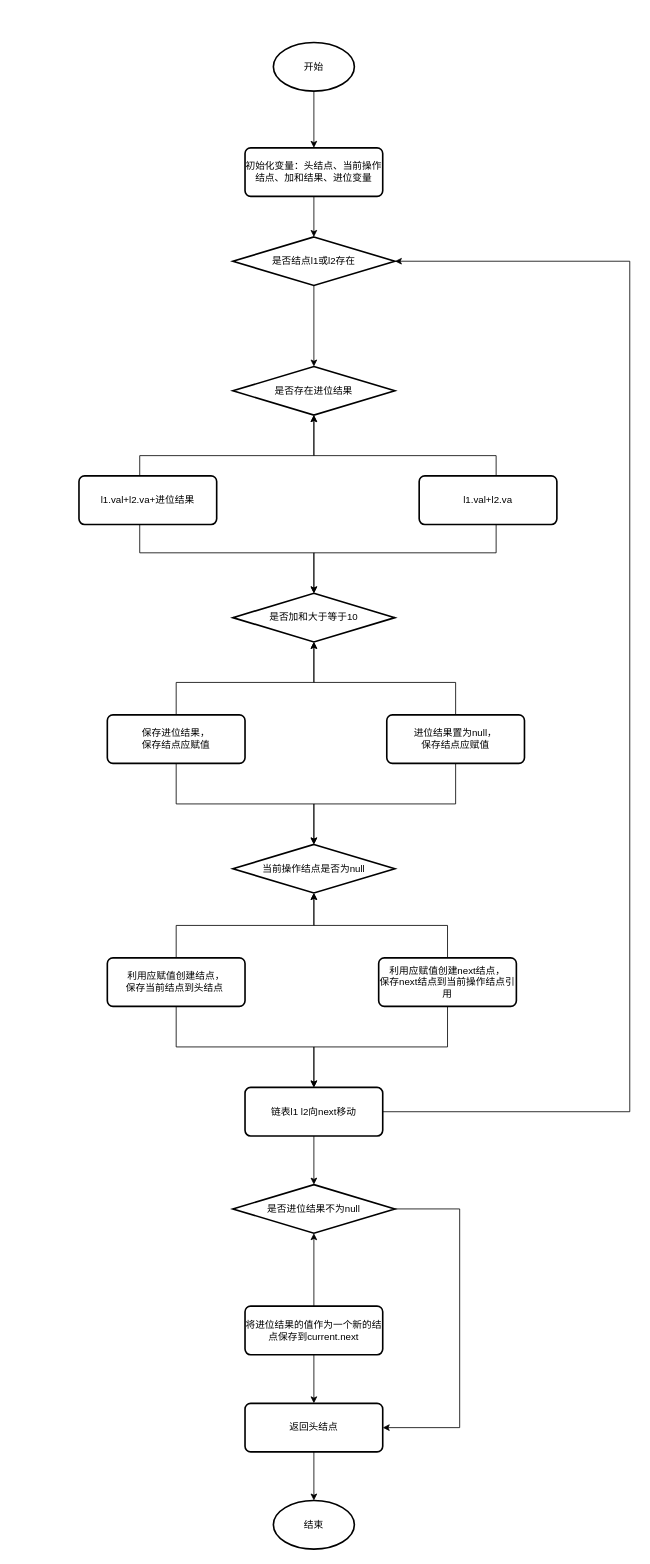
Above: practice.drawio in zcbm009/test (draw.io), before the change. Source tidied: cells renumbered, new cells numbered last; positions are measured from the earlier drawing's top-left corner, leaving out a move shared by most shapes. Both pictures are drawn from the tidied source at 81%, with x=0, y=0 at pixel (79, 42).
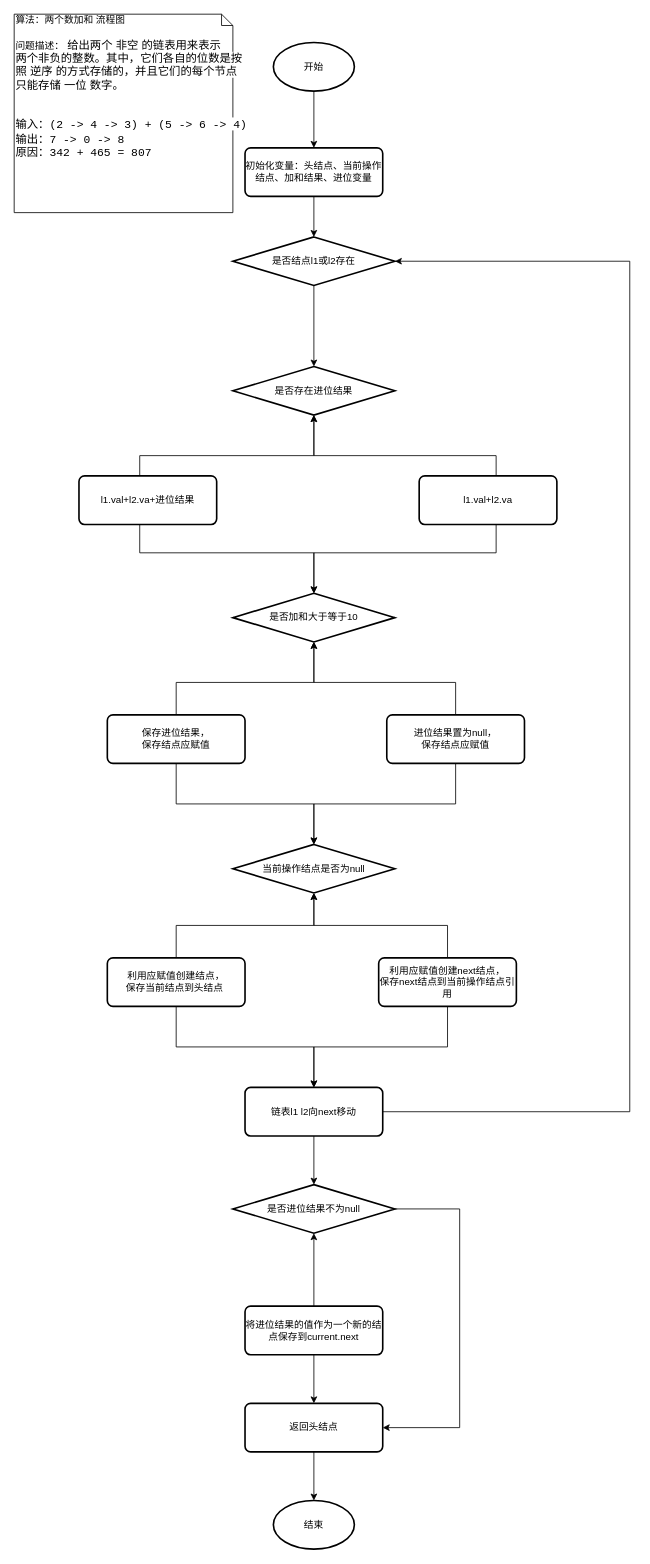
The same diagram, later.

The edit, as a diff of the source:
```diff
@@
+    <mxCell id="40" value="算法：两个数加和 流程图&lt;br&gt;&lt;br&gt;问题描述：&lt;font style=&quot;font-size: 14px&quot;&gt;&amp;nbsp;&lt;span style=&quot;font-family: &amp;#34;arial&amp;#34; ; background-color: rgb(255 , 255 , 255)&quot;&gt;给出两个 非空 的链表用来表示&lt;br&gt;两个非负的整数。其中，它们各自的位数是按照 逆序 的方式存储的，并且它们的每个节点只能存储 一位 数字。&lt;br&gt;&lt;br&gt;&lt;/span&gt;&lt;pre style=&quot;font-family: &amp;#34;arial&amp;#34;&quot;&gt;&lt;span style=&quot;background-color: rgb(255 , 255 , 255)&quot;&gt;输入：&lt;span style=&quot;font-family: &amp;#34;consolas&amp;#34;&quot;&gt;(2 -&amp;gt; 4 -&amp;gt; 3) + (5 -&amp;gt; 6 -&amp;gt; 4)&lt;/span&gt;&lt;span style=&quot;font-family: &amp;#34;consolas&amp;#34;&quot;&gt;&lt;br&gt;&lt;/span&gt;输出：&lt;span style=&quot;font-family: &amp;#34;consolas&amp;#34;&quot;&gt;7 -&amp;gt; 0 -&amp;gt; 8&lt;/span&gt;&lt;span style=&quot;font-family: &amp;#34;consolas&amp;#34;&quot;&gt;&lt;br&gt;&lt;/span&gt;原因：&lt;span style=&quot;font-family: &amp;#34;consolas&amp;#34;&quot;&gt;342 + 465 = 807&lt;/span&gt;&lt;/span&gt;&lt;/pre&gt;&lt;/font&gt;" style="shape=note;whiteSpace=wrap;html=1;size=14;verticalAlign=top;align=left;spacingTop=-6;" parent="1" vertex="1">
+      <mxGeometry x="-80" y="-35" width="270" height="245" as="geometry" />
+    </mxCell>
```
